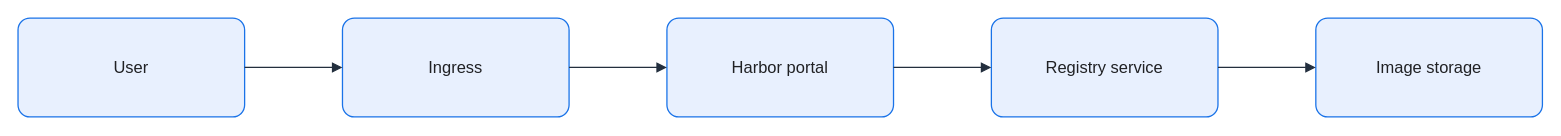
Earlier version of the draw.io diagram assets/img/registry/harbor-kubernetes-architecture.drawio (KKamJi98/kkamji98.github.io). Source tidied: cells renumbered, new cells numbered last; positions are measured from the earlier drawing's top-left corner, leaving out a move shared by most shapes. Both pictures are drawn from the tidied source at 103%, with x=0, y=0 at pixel (18, 18).
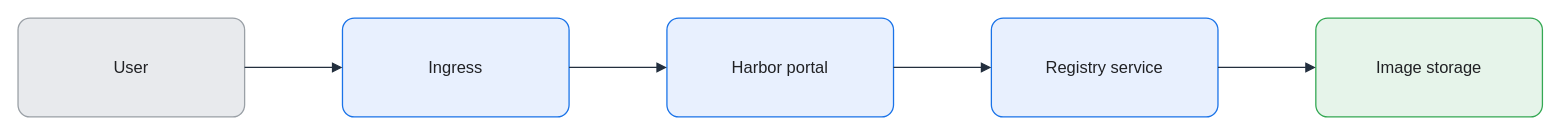
Above is the later version.

The edit, as a diff of the source:
```diff
@@
 <mxGraphModel background="#FFFFFF">
   <root>
     <mxCell id="0" />
     <mxCell id="1" parent="0" />
-    <mxCell id="2" value="User" style="rounded=1;arcSize=12;whiteSpace=wrap;html=0;fillColor=#E8F0FE;strokeColor=#1A73E8;strokeWidth=1.25;fontColor=#202124;fontSize=16;align=center;verticalAlign=middle;spacing=8;shadow=0;" parent="1" vertex="1">
+    <mxCell id="2" value="User" style="rounded=1;arcSize=12;whiteSpace=wrap;html=0;fillColor=#E8EAED;strokeColor=#9AA0A6;strokeWidth=1.25;fontColor=#202124;fontSize=16;align=center;verticalAlign=middle;spacing=8;shadow=0;" parent="1" vertex="1">
       <mxGeometry width="220" height="96" as="geometry" />
     </mxCell>
     <mxCell id="3" value="Ingress" style="rounded=1;arcSize=12;whiteSpace=wrap;html=0;fillColor=#E8F0FE;strokeColor=#1A73E8;strokeWidth=1.25;fontColor=#202124;fontSize=16;align=center;verticalAlign=middle;spacing=8;shadow=0;" parent="1" vertex="1">
       <mxGeometry x="315" width="220" height="96" as="geometry" />
     </mxCell>
     <mxCell id="4" value="Harbor portal" style="rounded=1;arcSize=12;whiteSpace=wrap;html=0;fillColor=#E8F0FE;strokeColor=#1A73E8;strokeWidth=1.25;fontColor=#202124;fontSize=16;align=center;verticalAlign=middle;spacing=8;shadow=0;" parent="1" vertex="1">
       <mxGeometry x="630" width="220" height="96" as="geometry" />
     </mxCell>
     <mxCell id="5" value="Registry service" style="rounded=1;arcSize=12;whiteSpace=wrap;html=0;fillColor=#E8F0FE;strokeColor=#1A73E8;strokeWidth=1.25;fontColor=#202124;fontSize=16;align=center;verticalAlign=middle;spacing=8;shadow=0;" parent="1" vertex="1">
       <mxGeometry x="945" width="220" height="96" as="geometry" />
     </mxCell>
-    <mxCell id="6" value="Image storage" style="rounded=1;arcSize=12;whiteSpace=wrap;html=0;fillColor=#E8F0FE;strokeColor=#1A73E8;strokeWidth=1.25;fontColor=#202124;fontSize=16;align=center;verticalAlign=middle;spacing=8;shadow=0;" parent="1" vertex="1">
+    <mxCell id="6" value="Image storage" style="rounded=1;arcSize=12;whiteSpace=wrap;html=0;fillColor=#E6F4EA;strokeColor=#34A853;strokeWidth=1.25;fontColor=#202124;fontSize=16;align=center;verticalAlign=middle;spacing=8;shadow=0;" parent="1" vertex="1">
       <mxGeometry x="1260" width="220" height="96" as="geometry" />
     </mxCell>
     <mxCell id="7" style="edgeStyle=orthogonalEdgeStyle;rounded=0;jettySize=auto;html=0;endArrow=block;endFill=1;strokeColor=#232F3E;strokeWidth=1.25;fontColor=#202124;labelBackgroundColor=none;exitX=1;exitY=0.5;exitDx=0;exitDy=0;entryX=0;entryY=0.5;entryDx=0;entryDy=0;endSize=7;" parent="1" edge="1" source="2" target="3">
       <mxGeometry relative="1" as="geometry" />
     </mxCell>
     <mxCell id="8" style="edgeStyle=orthogonalEdgeStyle;rounded=0;jettySize=auto;html=0;endArrow=block;endFill=1;strokeColor=#232F3E;strokeWidth=1.25;fontColor=#202124;labelBackgroundColor=none;exitX=1;exitY=0.5;exitDx=0;exitDy=0;entryX=0;entryY=0.5;entryDx=0;entryDy=0;endSize=7;" parent="1" edge="1" source="3" target="4">
       <mxGeometry relative="1" as="geometry" />
     </mxCell>
     <mxCell id="9" style="edgeStyle=orthogonalEdgeStyle;rounded=0;jettySize=auto;html=0;endArrow=block;endFill=1;strokeColor=#232F3E;strokeWidth=1.25;fontColor=#202124;labelBackgroundColor=none;exitX=1;exitY=0.5;exitDx=0;exitDy=0;entryX=0;entryY=0.5;entryDx=0;entryDy=0;endSize=7;" parent="1" edge="1" source="4" target="5">
       <mxGeometry relative="1" as="geometry" />
     </mxCell>
     <mxCell id="10" style="edgeStyle=orthogonalEdgeStyle;rounded=0;jettySize=auto;html=0;endArrow=block;endFill=1;strokeColor=#232F3E;strokeWidth=1.25;fontColor=#202124;labelBackgroundColor=none;exitX=1;exitY=0.5;exitDx=0;exitDy=0;entryX=0;entryY=0.5;entryDx=0;entryDy=0;endSize=7;" parent="1" edge="1" source="5" target="6">
       <mxGeometry relative="1" as="geometry" />
     </mxCell>
   </root>
 </mxGraphModel>
```
